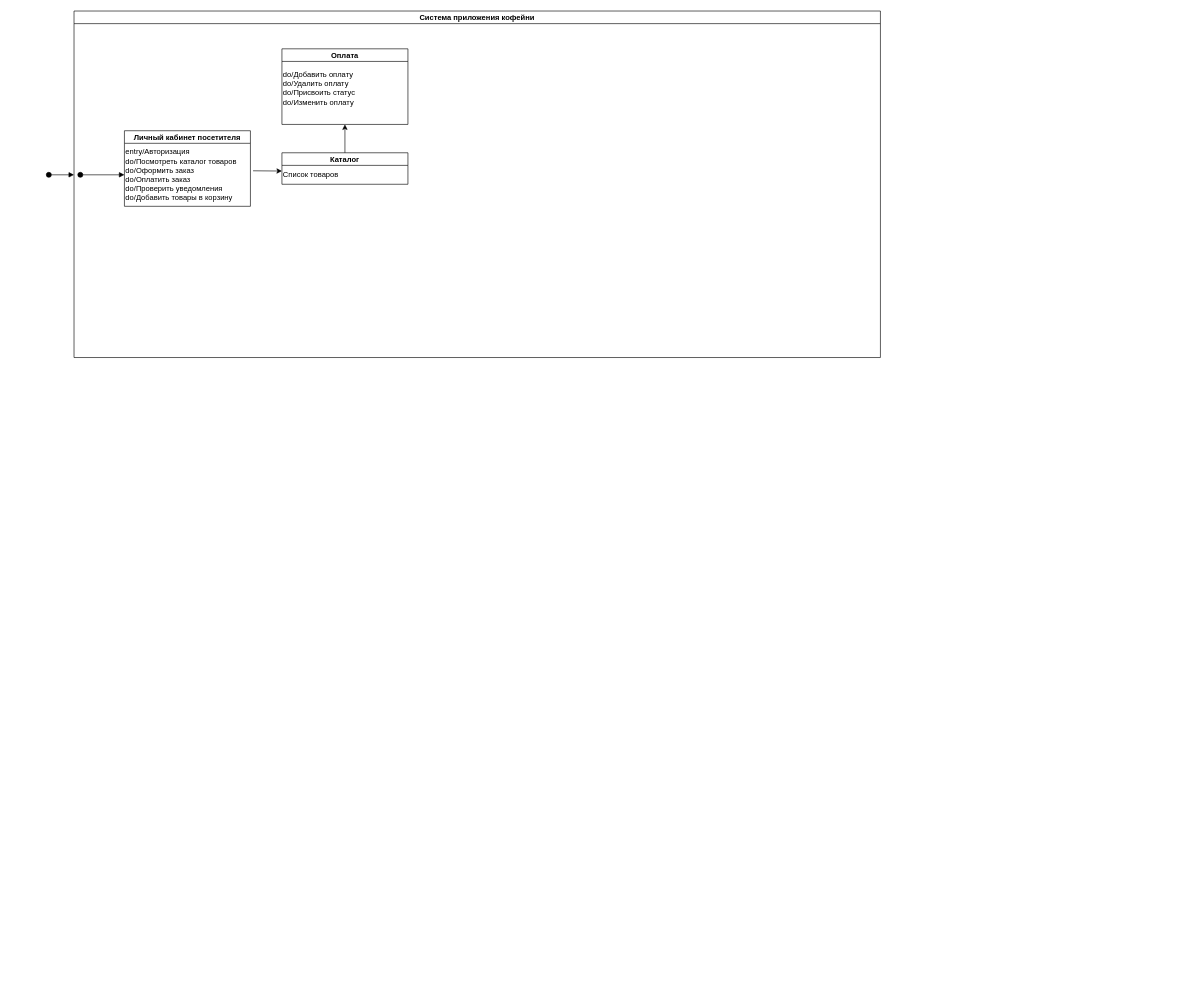
The draw.io diagram AKMS_6.drawio in mopsin666/AKMS, before the edit. Source tidied: cells renumbered, new cells numbered last; positions are measured from the earlier drawing's top-left corner, leaving out a move shared by most shapes. Both pictures are drawn from the tidied source at 63%, with x=0, y=0 at pixel (49, 11).
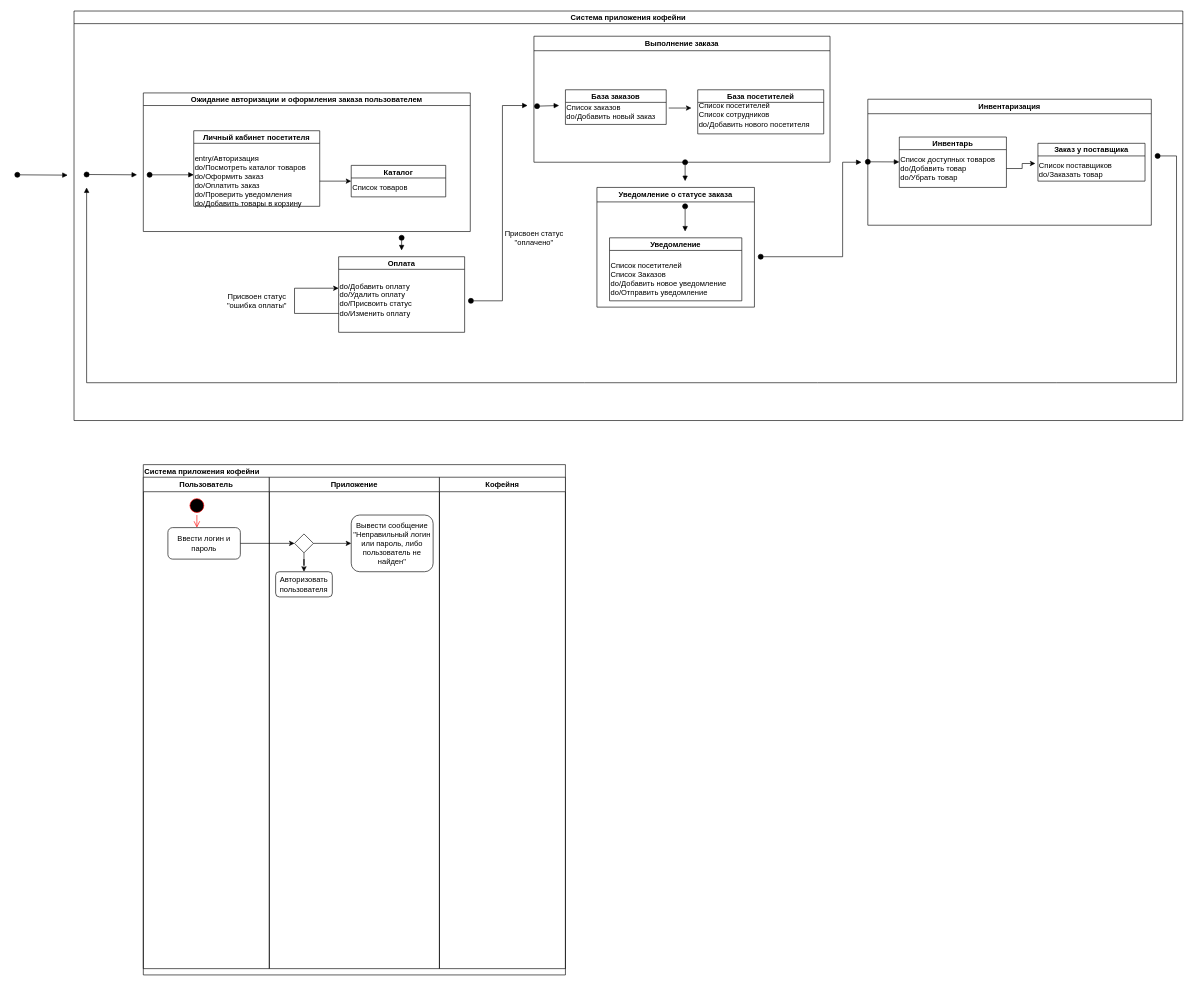
The same diagram, later.

What changed in the source:
```diff
@@
     <mxCell id="2" value="Система приложения кофейни" style="swimlane;startSize=20;horizontal=1;containerType=tree;newEdgeStyle={&quot;edgeStyle&quot;:&quot;elbowEdgeStyle&quot;,&quot;startArrow&quot;:&quot;none&quot;,&quot;endArrow&quot;:&quot;none&quot;};" parent="1" vertex="1">
-      <mxGeometry x="40" width="1280" height="550" as="geometry" />
+      <mxGeometry x="40" width="1760" height="650" as="geometry" />
     </mxCell>
+    <mxCell id="13" value="Ожидание авторизации и оформления заказа пользователем" style="swimlane;startSize=20;horizontal=1;containerType=tree;newEdgeStyle={&quot;edgeStyle&quot;:&quot;elbowEdgeStyle&quot;,&quot;startArrow&quot;:&quot;none&quot;,&quot;endArrow&quot;:&quot;none&quot;};" parent="2" vertex="1">
+      <mxGeometry x="110" y="130" width="519" height="220" as="geometry" />
+    </mxCell>
-    <mxCell id="3" value="Личный кабинет посетителя" style="swimlane;startSize=20;horizontal=1;containerType=tree;newEdgeStyle={&quot;edgeStyle&quot;:&quot;elbowEdgeStyle&quot;,&quot;startArrow&quot;:&quot;none&quot;,&quot;endArrow&quot;:&quot;none&quot;};" parent="2" vertex="1">
-      <mxGeometry x="80" y="190" width="200" height="120" as="geometry" />
+    <mxCell id="3" value="Личный кабинет посетителя" style="swimlane;startSize=20;horizontal=1;containerType=tree;newEdgeStyle={&quot;edgeStyle&quot;:&quot;elbowEdgeStyle&quot;,&quot;startArrow&quot;:&quot;none&quot;,&quot;endArrow&quot;:&quot;none&quot;};" parent="13" vertex="1">
+      <mxGeometry x="80" y="60" width="200" height="120" as="geometry" />
     </mxCell>
-    <mxCell id="4" style="html=1;verticalAlign=bottom;startArrow=oval;startFill=1;endArrow=block;startSize=8;curved=0;rounded=0;" parent="3" edge="1">
-      <mxGeometry relative="1" as="geometry">
-        <mxPoint x="-70" y="70" as="sourcePoint" />
-        <mxPoint y="70" as="targetPoint" />
-      </mxGeometry>
-    </mxCell>
+    <mxCell id="14" style="html=1;verticalAlign=bottom;startArrow=oval;startFill=1;endArrow=block;startSize=8;curved=0;rounded=0;" parent="3" edge="1">
+      <mxGeometry relative="1" as="geometry">
+        <mxPoint x="-70" y="70" as="sourcePoint" />
+        <mxPoint y="70" as="targetPoint" />
+      </mxGeometry>
+    </mxCell>
     <mxCell id="5" value="&lt;div style=&quot;&quot;&gt;&lt;span style=&quot;background-color: transparent; color: light-dark(rgb(0, 0, 0), rgb(255, 255, 255));&quot;&gt;entry/Авторизация&lt;/span&gt;&lt;/div&gt;&lt;div style=&quot;&quot;&gt;&lt;span style=&quot;background-color: transparent; color: light-dark(rgb(0, 0, 0), rgb(255, 255, 255));&quot;&gt;do/Посмотреть каталог товаров&lt;/span&gt;&lt;/div&gt;&lt;div style=&quot;&quot;&gt;&lt;span style=&quot;background-color: transparent; color: light-dark(rgb(0, 0, 0), rgb(255, 255, 255));&quot;&gt;do/Оформить заказ&lt;/span&gt;&lt;/div&gt;&lt;div style=&quot;&quot;&gt;&lt;span style=&quot;background-color: transparent; color: light-dark(rgb(0, 0, 0), rgb(255, 255, 255));&quot;&gt;do/Оплатить заказ&lt;/span&gt;&lt;/div&gt;&lt;div style=&quot;&quot;&gt;&lt;span style=&quot;background-color: transparent; color: light-dark(rgb(0, 0, 0), rgb(255, 255, 255));&quot;&gt;do/Проверить уведомления&lt;/span&gt;&lt;/div&gt;&lt;div&gt;do/Добавить товары в корзину&lt;/div&gt;" style="text;html=1;align=left;verticalAlign=middle;points=[];strokeColor=none;fillColor=none;" parent="3" vertex="1">
-      <mxGeometry y="20" width="200" height="100" as="geometry" />
+      <mxGeometry y="30" width="200" height="100" as="geometry" />
     </mxCell>
-    <mxCell id="6" value="Оплата" style="swimlane;startSize=20;horizontal=1;containerType=tree;newEdgeStyle={&quot;edgeStyle&quot;:&quot;elbowEdgeStyle&quot;,&quot;startArrow&quot;:&quot;none&quot;,&quot;endArrow&quot;:&quot;none&quot;};" parent="2" vertex="1">
-      <mxGeometry x="330" y="60" width="200" height="120" as="geometry" />
-    </mxCell>
-    <mxCell id="7" value="&lt;div style=&quot;&quot;&gt;&lt;span style=&quot;background-color: transparent; color: light-dark(rgb(0, 0, 0), rgb(255, 255, 255));&quot;&gt;do/Добавить оплату&lt;/span&gt;&lt;/div&gt;&lt;div style=&quot;&quot;&gt;&lt;span style=&quot;background-color: transparent; color: light-dark(rgb(0, 0, 0), rgb(255, 255, 255));&quot;&gt;do/Удалить оплату&lt;/span&gt;&lt;/div&gt;&lt;div style=&quot;&quot;&gt;&lt;span style=&quot;background-color: transparent; color: light-dark(rgb(0, 0, 0), rgb(255, 255, 255));&quot;&gt;do/Присвоить статус&lt;/span&gt;&lt;/div&gt;&lt;div style=&quot;&quot;&gt;&lt;span style=&quot;background-color: transparent; color: light-dark(rgb(0, 0, 0), rgb(255, 255, 255));&quot;&gt;do/Изменить оплату&lt;/span&gt;&lt;/div&gt;&lt;div&gt;&lt;br&gt;&lt;/div&gt;" style="text;html=1;align=left;verticalAlign=middle;points=[];strokeColor=none;fillColor=none;" parent="6" vertex="1">
-      <mxGeometry y="25" width="140" height="90" as="geometry" />
-    </mxCell>
-    <mxCell id="8" style="endArrow=classic;html=1;rounded=0;exitX=1.021;exitY=0.436;exitDx=0;exitDy=0;exitPerimeter=0;" parent="2" edge="1" source="5">
-      <mxGeometry relative="1" as="geometry">
-        <mxPoint x="330" y="254" as="targetPoint" />
-      </mxGeometry>
-    </mxCell>
-    <mxCell id="9" value="Каталог" style="swimlane;startSize=20;horizontal=1;containerType=tree;newEdgeStyle={&quot;edgeStyle&quot;:&quot;elbowEdgeStyle&quot;,&quot;startArrow&quot;:&quot;none&quot;,&quot;endArrow&quot;:&quot;none&quot;};" parent="2" vertex="1">
-      <mxGeometry x="330" y="225" width="200" height="50" as="geometry" />
+    <mxCell id="9" value="Каталог" style="swimlane;startSize=20;horizontal=1;containerType=tree;newEdgeStyle={&quot;edgeStyle&quot;:&quot;elbowEdgeStyle&quot;,&quot;startArrow&quot;:&quot;none&quot;,&quot;endArrow&quot;:&quot;none&quot;};" parent="13" vertex="1">
+      <mxGeometry x="330" y="115" width="150" height="50" as="geometry" />
     </mxCell>
@@
-    <mxCell id="11" style="endArrow=classic;html=1;rounded=0;exitX=0.5;exitY=0;exitDx=0;exitDy=0;entryX=0.5;entryY=1;entryDx=0;entryDy=0;" parent="2" edge="1" source="9" target="6">
-      <mxGeometry relative="1" as="geometry" />
-    </mxCell>
-    <mxCell id="12" style="html=1;verticalAlign=bottom;startArrow=oval;startFill=1;endArrow=block;startSize=8;curved=0;rounded=0;" parent="1" edge="1">
-      <mxGeometry relative="1" as="geometry">
-        <mxPoint y="260" as="sourcePoint" />
-        <mxPoint x="40" y="260" as="targetPoint" />
-      </mxGeometry>
-    </mxCell>
+    <mxCell id="15" style="edgeStyle=orthogonalEdgeStyle;rounded=0;jettySize=auto;html=1;entryX=0;entryY=0.5;entryDx=0;entryDy=0;" parent="13" edge="1" source="5" target="9">
+      <mxGeometry relative="1" as="geometry" />
+    </mxCell>
+    <mxCell id="16" style="html=1;verticalAlign=bottom;startArrow=oval;startFill=1;endArrow=block;startSize=8;curved=0;rounded=0;" parent="2" edge="1">
+      <mxGeometry relative="1" as="geometry">
+        <mxPoint x="20" y="259.5" as="sourcePoint" />
+        <mxPoint x="100" y="260" as="targetPoint" />
+      </mxGeometry>
+    </mxCell>
+    <mxCell id="17" style="html=1;verticalAlign=bottom;startArrow=oval;startFill=1;endArrow=block;startSize=8;curved=0;rounded=0;" parent="2" edge="1">
+      <mxGeometry relative="1" as="geometry">
+        <mxPoint x="520" y="360" as="sourcePoint" />
+        <mxPoint x="520" y="380" as="targetPoint" />
+      </mxGeometry>
+    </mxCell>
+    <mxCell id="18" value="Инвентаризация" style="swimlane;whiteSpace=wrap;html=1;" parent="2" vertex="1">
+      <mxGeometry x="1260" y="140" width="450" height="200" as="geometry" />
+    </mxCell>
+    <mxCell id="19" value="Инвентарь" style="swimlane;startSize=20;horizontal=1;containerType=tree;newEdgeStyle={&quot;edgeStyle&quot;:&quot;elbowEdgeStyle&quot;,&quot;startArrow&quot;:&quot;none&quot;,&quot;endArrow&quot;:&quot;none&quot;};" parent="18" vertex="1">
+      <mxGeometry x="50" y="60" width="170" height="80" as="geometry" />
+    </mxCell>
+    <mxCell id="20" value="&lt;div style=&quot;&quot;&gt;Список доступных товаров&lt;/div&gt;&lt;div style=&quot;&quot;&gt;do/Добавить товар&lt;/div&gt;&lt;div style=&quot;&quot;&gt;do/Убрать товар&lt;/div&gt;" style="text;html=1;align=left;verticalAlign=middle;points=[];strokeColor=none;fillColor=none;" parent="19" vertex="1">
+      <mxGeometry y="20" width="170" height="60" as="geometry" />
+    </mxCell>
+    <mxCell id="21" value="Заказ у поставщика" style="swimlane;startSize=20;horizontal=1;containerType=tree;newEdgeStyle={&quot;edgeStyle&quot;:&quot;elbowEdgeStyle&quot;,&quot;startArrow&quot;:&quot;none&quot;,&quot;endArrow&quot;:&quot;none&quot;};" parent="18" vertex="1">
+      <mxGeometry x="270" y="70" width="170" height="60" as="geometry" />
+    </mxCell>
+    <mxCell id="22" value="&lt;div style=&quot;&quot;&gt;Список поставщиков&lt;/div&gt;&lt;div style=&quot;&quot;&gt;do/Заказать товар&lt;/div&gt;&lt;div style=&quot;&quot;&gt;&lt;br&gt;&lt;/div&gt;" style="text;html=1;align=left;verticalAlign=middle;points=[];strokeColor=none;fillColor=none;" parent="21" vertex="1">
+      <mxGeometry y="20" width="140" height="60" as="geometry" />
+    </mxCell>
+    <mxCell id="23" style="html=1;verticalAlign=bottom;startArrow=oval;startFill=1;endArrow=block;startSize=8;curved=0;rounded=0;" parent="18" edge="1" source="18">
+      <mxGeometry relative="1" as="geometry">
+        <mxPoint x="50" y="99.5" as="targetPoint" />
+      </mxGeometry>
+    </mxCell>
+    <mxCell id="24" style="edgeStyle=orthogonalEdgeStyle;rounded=0;jettySize=auto;html=1;entryX=-0.029;entryY=0.2;entryDx=0;entryDy=0;entryPerimeter=0;" parent="18" edge="1" source="20" target="22">
+      <mxGeometry relative="1" as="geometry" />
+    </mxCell>
+    <mxCell id="25" style="html=1;verticalAlign=bottom;startArrow=oval;startFill=1;endArrow=block;startSize=8;curved=0;rounded=0;" parent="2" edge="1">
+      <mxGeometry relative="1" as="geometry">
+        <mxPoint x="970" y="240" as="sourcePoint" />
+        <mxPoint x="970" y="270" as="targetPoint" />
+      </mxGeometry>
+    </mxCell>
+    <mxCell id="26" value="Выполнение заказа" style="swimlane;whiteSpace=wrap;html=1;" parent="2" vertex="1">
+      <mxGeometry x="730" y="40" width="470" height="200" as="geometry" />
+    </mxCell>
+    <mxCell id="27" value="База заказов" style="swimlane;startSize=20;horizontal=1;containerType=tree;newEdgeStyle={&quot;edgeStyle&quot;:&quot;elbowEdgeStyle&quot;,&quot;startArrow&quot;:&quot;none&quot;,&quot;endArrow&quot;:&quot;none&quot;};" parent="26" vertex="1">
+      <mxGeometry x="50" y="85" width="160" height="55" as="geometry" />
+    </mxCell>
+    <mxCell id="28" value="&lt;div style=&quot;&quot;&gt;Список заказов&lt;/div&gt;&lt;div style=&quot;&quot;&gt;do/Добавить новый заказ&lt;/div&gt;" style="text;html=1;align=left;verticalAlign=middle;points=[];strokeColor=none;fillColor=none;" parent="27" vertex="1">
+      <mxGeometry y="15" width="160" height="40" as="geometry" />
+    </mxCell>
+    <mxCell id="29" style="html=1;verticalAlign=bottom;startArrow=oval;startFill=1;endArrow=block;startSize=8;curved=0;rounded=0;" parent="26" edge="1">
+      <mxGeometry relative="1" as="geometry">
+        <mxPoint x="5" y="111" as="sourcePoint" />
+        <mxPoint x="40" y="110" as="targetPoint" />
+      </mxGeometry>
+    </mxCell>
+    <mxCell id="30" value="База посетителей" style="swimlane;startSize=20;horizontal=1;containerType=tree;newEdgeStyle={&quot;edgeStyle&quot;:&quot;elbowEdgeStyle&quot;,&quot;startArrow&quot;:&quot;none&quot;,&quot;endArrow&quot;:&quot;none&quot;};" parent="26" vertex="1">
+      <mxGeometry x="260" y="85" width="200" height="70" as="geometry" />
+    </mxCell>
+    <mxCell id="31" value="&lt;div style=&quot;&quot;&gt;Список посетителей&lt;/div&gt;&lt;div style=&quot;&quot;&gt;Список сотрудников&lt;/div&gt;&lt;div style=&quot;&quot;&gt;do/Добавить нового посетителя&lt;/div&gt;" style="text;html=1;align=left;verticalAlign=middle;strokeColor=none;fillColor=none;" parent="30" vertex="1">
+      <mxGeometry y="10" width="200" height="60" as="geometry" />
+    </mxCell>
+    <mxCell id="32" value="Уведомление о статусе заказа" style="swimlane;whiteSpace=wrap;html=1;" parent="2" vertex="1">
+      <mxGeometry x="830" y="280" width="250" height="190" as="geometry" />
+    </mxCell>
+    <mxCell id="33" style="html=1;verticalAlign=bottom;startArrow=oval;startFill=1;endArrow=block;startSize=8;curved=0;rounded=0;" parent="32" edge="1">
+      <mxGeometry relative="1" as="geometry">
+        <mxPoint x="140" y="30" as="sourcePoint" />
+        <mxPoint x="140" y="70" as="targetPoint" />
+      </mxGeometry>
+    </mxCell>
+    <mxCell id="34" value="Уведомление" style="swimlane;startSize=20;horizontal=1;containerType=tree;newEdgeStyle={&quot;edgeStyle&quot;:&quot;elbowEdgeStyle&quot;,&quot;startArrow&quot;:&quot;none&quot;,&quot;endArrow&quot;:&quot;none&quot;};" parent="32" vertex="1">
+      <mxGeometry x="20" y="80" width="210" height="100" as="geometry" />
+    </mxCell>
+    <mxCell id="35" value="&lt;div style=&quot;&quot;&gt;Список посетителей&lt;/div&gt;&lt;div style=&quot;&quot;&gt;Список Заказов&lt;/div&gt;&lt;div style=&quot;&quot;&gt;do/Добавить новое уведомление&lt;/div&gt;&lt;div style=&quot;&quot;&gt;do/Отправить уведомление&lt;/div&gt;" style="text;html=1;align=left;verticalAlign=middle;strokeColor=none;fillColor=none;" parent="34" vertex="1">
+      <mxGeometry y="30" width="210" height="70" as="geometry" />
+    </mxCell>
+    <mxCell id="6" value="Оплата" style="swimlane;startSize=20;horizontal=1;containerType=tree;newEdgeStyle={&quot;edgeStyle&quot;:&quot;elbowEdgeStyle&quot;,&quot;startArrow&quot;:&quot;none&quot;,&quot;endArrow&quot;:&quot;none&quot;};" parent="2" vertex="1">
+      <mxGeometry x="420" y="390" width="200" height="120" as="geometry" />
+    </mxCell>
+    <mxCell id="36" style="edgeStyle=orthogonalEdgeStyle;rounded=0;orthogonalLoop=1;jettySize=auto;html=1;entryX=0;entryY=0.222;entryDx=0;entryDy=0;entryPerimeter=0;" parent="6" edge="1" source="7" target="7">
+      <mxGeometry relative="1" as="geometry">
+        <Array as="points">
+          <mxPoint x="-70" y="90" />
+          <mxPoint x="-70" y="50" />
+        </Array>
+      </mxGeometry>
+    </mxCell>
+    <mxCell id="7" value="&lt;div style=&quot;&quot;&gt;&lt;span style=&quot;background-color: transparent; color: light-dark(rgb(0, 0, 0), rgb(255, 255, 255));&quot;&gt;do/Добавить оплату&lt;/span&gt;&lt;/div&gt;&lt;div style=&quot;&quot;&gt;&lt;span style=&quot;background-color: transparent; color: light-dark(rgb(0, 0, 0), rgb(255, 255, 255));&quot;&gt;do/Удалить оплату&lt;/span&gt;&lt;/div&gt;&lt;div style=&quot;&quot;&gt;&lt;span style=&quot;background-color: transparent; color: light-dark(rgb(0, 0, 0), rgb(255, 255, 255));&quot;&gt;do/Присвоить статус&lt;/span&gt;&lt;/div&gt;&lt;div style=&quot;&quot;&gt;&lt;span style=&quot;background-color: transparent; color: light-dark(rgb(0, 0, 0), rgb(255, 255, 255));&quot;&gt;do/Изменить оплату&lt;/span&gt;&lt;/div&gt;&lt;div&gt;&lt;br&gt;&lt;/div&gt;" style="text;html=1;align=left;verticalAlign=middle;points=[];strokeColor=none;fillColor=none;" parent="6" vertex="1">
+      <mxGeometry y="30" width="140" height="90" as="geometry" />
+    </mxCell>
+    <mxCell id="37" style="html=1;verticalAlign=bottom;startArrow=oval;startFill=1;endArrow=block;startSize=8;curved=0;rounded=0;" parent="2" edge="1">
+      <mxGeometry relative="1" as="geometry">
+        <mxPoint x="1090" y="390" as="sourcePoint" />
+        <mxPoint x="1250" y="240" as="targetPoint" />
+        <Array as="points">
+          <mxPoint x="1220" y="390" />
+          <mxPoint x="1220" y="240" />
+        </Array>
+      </mxGeometry>
+    </mxCell>
+    <mxCell id="38" value="Присвоен статус &lt;br&gt;&quot;оплачено&quot;" style="text;html=1;align=center;verticalAlign=middle;strokeColor=none;fillColor=none;" parent="2" vertex="1">
+      <mxGeometry x="670" y="340" width="120" height="40" as="geometry" />
+    </mxCell>
+    <mxCell id="39" value="Присвоен статус&lt;br&gt;&quot;ошибка оплаты&quot;" style="text;html=1;align=center;verticalAlign=middle;strokeColor=none;fillColor=none;" parent="2" vertex="1">
+      <mxGeometry x="230" y="440" width="120" height="40" as="geometry" />
+    </mxCell>
+    <mxCell id="40" style="html=1;verticalAlign=bottom;startArrow=oval;startFill=1;endArrow=block;startSize=8;curved=0;rounded=0;" parent="1" edge="1">
+      <mxGeometry relative="1" as="geometry">
+        <mxPoint x="-50" y="260" as="sourcePoint" />
+        <mxPoint x="30" y="260.5" as="targetPoint" />
+      </mxGeometry>
+    </mxCell>
+    <mxCell id="41" style="endArrow=classic;html=1;rounded=0;exitX=1.025;exitY=0.35;exitDx=0;exitDy=0;exitPerimeter=0;" parent="1" edge="1" source="28">
+      <mxGeometry relative="1" as="geometry">
+        <mxPoint x="1020" y="154" as="targetPoint" />
+      </mxGeometry>
+    </mxCell>
+    <mxCell id="42" style="html=1;verticalAlign=bottom;startArrow=oval;startFill=1;endArrow=block;startSize=8;curved=0;rounded=0;" parent="1" edge="1">
+      <mxGeometry relative="1" as="geometry">
+        <mxPoint x="1760" y="230" as="sourcePoint" />
+        <mxPoint x="60" y="280" as="targetPoint" />
+        <Array as="points">
+          <mxPoint x="1790" y="230" />
+          <mxPoint x="1790" y="590" />
+          <mxPoint x="1600" y="590" />
+          <mxPoint x="1220" y="590" />
+          <mxPoint x="850" y="590" />
+          <mxPoint x="460" y="590" />
+          <mxPoint x="60" y="590" />
+        </Array>
+      </mxGeometry>
+    </mxCell>
+    <mxCell id="43" style="html=1;verticalAlign=bottom;startArrow=oval;startFill=1;endArrow=block;startSize=8;curved=0;rounded=0;" parent="1" edge="1">
+      <mxGeometry relative="1" as="geometry">
+        <mxPoint x="670" y="460" as="sourcePoint" />
+        <mxPoint x="760" y="150" as="targetPoint" />
+        <Array as="points">
+          <mxPoint x="720" y="460" />
+          <mxPoint x="720" y="150" />
+          <mxPoint x="740" y="150" />
+        </Array>
+      </mxGeometry>
+    </mxCell>
+    <mxCell id="44" value="Система приложения кофейни" style="swimlane;whiteSpace=wrap;html=1;align=left;" parent="1" vertex="1">
+      <mxGeometry x="150" y="720" width="670" height="810" as="geometry" />
+    </mxCell>
+    <mxCell id="45" value="Пользователь" style="swimlane;whiteSpace=wrap;html=1;" parent="44" vertex="1">
+      <mxGeometry y="20" width="200" height="780" as="geometry" />
+    </mxCell>
+    <mxCell id="46" style="ellipse;html=1;shape=startState;fillColor=#000000;strokeColor=#ff0000;" parent="45" vertex="1">
+      <mxGeometry x="70" y="30" width="30" height="30" as="geometry" />
+    </mxCell>
+    <mxCell id="47" style="edgeStyle=orthogonalEdgeStyle;html=1;verticalAlign=bottom;endArrow=open;endSize=8;strokeColor=#ff0000;rounded=0;" parent="45" edge="1" source="46">
+      <mxGeometry relative="1" as="geometry">
+        <mxPoint x="85" y="80" as="targetPoint" />
+      </mxGeometry>
+    </mxCell>
+    <mxCell id="48" value="Ввести логин и пароль" style="rounded=1;whiteSpace=wrap;html=1;" parent="45" vertex="1">
+      <mxGeometry x="39" y="80" width="115" height="50" as="geometry" />
+    </mxCell>
+    <mxCell id="49" value="Приложение" style="swimlane;whiteSpace=wrap;html=1;" parent="44" vertex="1">
+      <mxGeometry x="200" y="20" width="270" height="780" as="geometry" />
+    </mxCell>
+    <mxCell id="50" value="Авторизовать пользователя" style="rounded=1;whiteSpace=wrap;html=1;" parent="49" vertex="1">
+      <mxGeometry x="10" y="150" width="90" height="40" as="geometry" />
+    </mxCell>
+    <mxCell id="51" style="edgeStyle=orthogonalEdgeStyle;rounded=0;jettySize=auto;html=1;entryX=0;entryY=0.5;entryDx=0;entryDy=0;" parent="49" edge="1" source="52" target="54">
+      <mxGeometry relative="1" as="geometry" />
+    </mxCell>
+    <mxCell id="52" style="rhombus;whiteSpace=wrap;html=1;" parent="49" vertex="1">
+      <mxGeometry x="40" y="90" width="30" height="30" as="geometry" />
+    </mxCell>
+    <mxCell id="53" style="edgeStyle=orthogonalEdgeStyle;rounded=0;jettySize=auto;html=1;entryX=0.5;entryY=0;entryDx=0;entryDy=0;" parent="49" edge="1" source="52" target="50">
+      <mxGeometry relative="1" as="geometry" />
+    </mxCell>
+    <mxCell id="54" value="Вывести сообщение &quot;Неправильный логин или пароль, либо пользователь не найден&quot;" style="rounded=1;whiteSpace=wrap;html=1;" parent="49" vertex="1">
+      <mxGeometry x="130" y="60" width="130" height="90" as="geometry" />
+    </mxCell>
+    <mxCell id="55" value="Кофейня" style="swimlane;whiteSpace=wrap;html=1;" parent="44" vertex="1">
+      <mxGeometry x="470" y="20" width="200" height="780" as="geometry" />
+    </mxCell>
+    <mxCell id="56" style="edgeStyle=orthogonalEdgeStyle;rounded=0;jettySize=auto;html=1;entryX=0;entryY=0.5;entryDx=0;entryDy=0;" parent="44" edge="1" source="48" target="52">
+      <mxGeometry relative="1" as="geometry" />
+    </mxCell>
```
